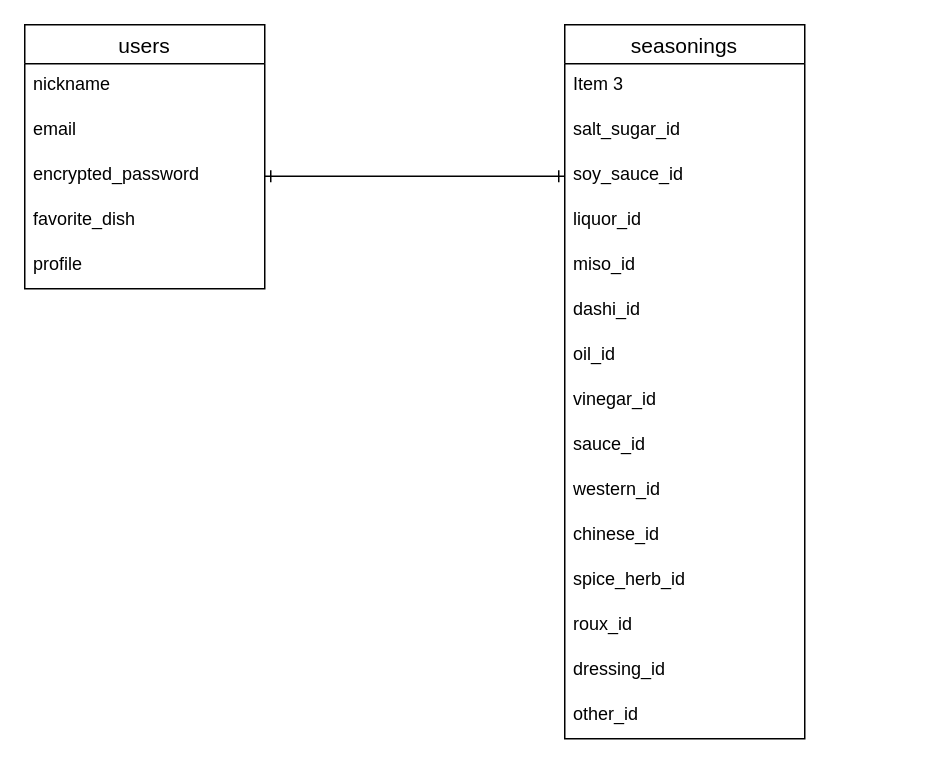
Above: ER_diagram.dio in bokko-chan/uchino_aji (draw.io), before the change. Source tidied: cells renumbered, new cells numbered last; positions are measured from the earlier drawing's top-left corner, leaving out a move shared by most shapes. Both pictures are drawn from the tidied source at 150%, with x=0, y=0 at pixel (24, 24).
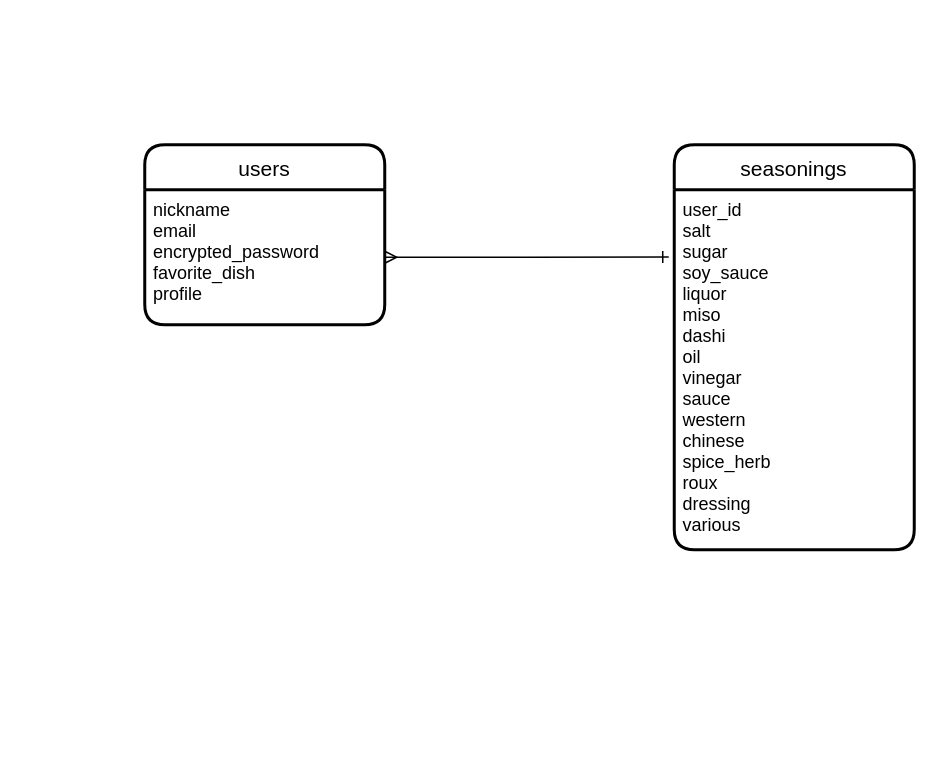
After the change.

Diff of the diagram source:
```diff
@@
-    <mxCell id="2" value="users" style="swimlane;fontStyle=0;horizontal=1;startSize=26;align=center;fontSize=14;" parent="1" vertex="1">
-      <mxGeometry width="160" height="176" as="geometry" />
+    <mxCell id="2" value="users" style="swimlane;horizontal=1;startSize=30;rounded=1;fontSize=14;fontStyle=0;strokeWidth=2;shadow=0;dashed=0;align=center;" parent="1" vertex="1">
+      <mxGeometry x="80" y="80" width="160" height="120" as="geometry" />
     </mxCell>
-    <mxCell id="3" value="nickname" style="text;strokeColor=none;fillColor=none;spacingLeft=4;spacingRight=4;overflow=hidden;fontSize=12;" parent="2" vertex="1">
-      <mxGeometry y="26" width="160" height="30" as="geometry" />
-    </mxCell>
-    <mxCell id="4" value="email" style="text;strokeColor=none;fillColor=none;spacingLeft=4;spacingRight=4;overflow=hidden;fontSize=12;" parent="2" vertex="1">
-      <mxGeometry y="56" width="160" height="30" as="geometry" />
-    </mxCell>
-    <mxCell id="5" value="encrypted_password" style="text;strokeColor=none;fillColor=none;spacingLeft=4;spacingRight=4;overflow=hidden;points=[[0,0.5],[1,0.5]];portConstraint=eastwest;fontSize=12;" parent="2" vertex="1">
-      <mxGeometry y="86" width="160" height="30" as="geometry" />
-    </mxCell>
-    <mxCell id="6" value="favorite_dish" style="text;strokeColor=none;fillColor=none;spacingLeft=4;spacingRight=4;overflow=hidden;fontSize=12;" parent="2" vertex="1">
-      <mxGeometry y="116" width="160" height="30" as="geometry" />
-    </mxCell>
-    <mxCell id="7" value="profile" style="text;strokeColor=none;fillColor=none;spacingLeft=4;spacingRight=4;overflow=hidden;fontSize=12;" parent="2" vertex="1">
-      <mxGeometry y="146" width="160" height="30" as="geometry" />
-    </mxCell>
+    <mxCell id="25" value="nickname&#10;email&#10;encrypted_password&#10;favorite_dish&#10;profile" style="align=left;strokeColor=none;fillColor=none;spacingLeft=4;fontSize=12;verticalAlign=top;" parent="2" vertex="1">
+      <mxGeometry y="30" width="160" height="90" as="geometry" />
+    </mxCell>
-    <mxCell id="8" value="seasonings" style="swimlane;fontStyle=0;horizontal=1;startSize=26;align=center;fontSize=14;" parent="1" vertex="1">
-      <mxGeometry x="360" width="160" height="476" as="geometry" />
+    <mxCell id="8" value="seasonings" style="swimlane;horizontal=1;startSize=30;rounded=1;fontSize=14;fontStyle=0;strokeWidth=2;shadow=0;dashed=0;align=center;" parent="1" vertex="1">
+      <mxGeometry x="433" y="80" width="160" height="270" as="geometry" />
     </mxCell>
-    <mxCell id="9" value="Item 3" style="text;strokeColor=none;fillColor=none;spacingLeft=4;spacingRight=4;overflow=hidden;fontSize=12;" parent="8" vertex="1">
-      <mxGeometry y="26" width="160" height="30" as="geometry" />
-    </mxCell>
-    <mxCell id="10" value="salt_sugar_id" style="text;strokeColor=none;fillColor=none;spacingLeft=4;spacingRight=4;overflow=hidden;fontSize=12;" parent="8" vertex="1">
-      <mxGeometry y="56" width="160" height="30" as="geometry" />
-    </mxCell>
-    <mxCell id="11" value="soy_sauce_id" style="text;strokeColor=none;fillColor=none;spacingLeft=4;spacingRight=4;overflow=hidden;points=[[0,0.5],[1,0.5]];portConstraint=eastwest;fontSize=12;" parent="8" vertex="1">
-      <mxGeometry y="86" width="160" height="30" as="geometry" />
-    </mxCell>
-    <mxCell id="12" value="liquor_id" style="text;strokeColor=none;fillColor=none;spacingLeft=4;spacingRight=4;overflow=hidden;fontSize=12;" parent="8" vertex="1">
-      <mxGeometry y="116" width="160" height="30" as="geometry" />
-    </mxCell>
-    <mxCell id="13" value="miso_id" style="text;strokeColor=none;fillColor=none;spacingLeft=4;spacingRight=4;overflow=hidden;fontSize=12;" parent="8" vertex="1">
-      <mxGeometry y="146" width="160" height="30" as="geometry" />
-    </mxCell>
-    <mxCell id="14" value="dashi_id" style="text;strokeColor=none;fillColor=none;spacingLeft=4;spacingRight=4;overflow=hidden;fontSize=12;" parent="8" vertex="1">
-      <mxGeometry y="176" width="160" height="30" as="geometry" />
-    </mxCell>
-    <mxCell id="15" value="oil_id" style="text;strokeColor=none;fillColor=none;spacingLeft=4;spacingRight=4;overflow=hidden;fontSize=12;" parent="8" vertex="1">
-      <mxGeometry y="206" width="160" height="30" as="geometry" />
-    </mxCell>
-    <mxCell id="16" value="vinegar_id" style="text;strokeColor=none;fillColor=none;spacingLeft=4;spacingRight=4;overflow=hidden;fontSize=12;" parent="8" vertex="1">
-      <mxGeometry y="236" width="160" height="30" as="geometry" />
-    </mxCell>
-    <mxCell id="17" value="sauce_id" style="text;strokeColor=none;fillColor=none;spacingLeft=4;spacingRight=4;overflow=hidden;fontSize=12;" parent="8" vertex="1">
-      <mxGeometry y="266" width="160" height="30" as="geometry" />
-    </mxCell>
-    <mxCell id="18" value="western_id" style="text;strokeColor=none;fillColor=none;spacingLeft=4;spacingRight=4;overflow=hidden;fontSize=12;" parent="8" vertex="1">
-      <mxGeometry y="296" width="160" height="30" as="geometry" />
-    </mxCell>
-    <mxCell id="19" value="chinese_id" style="text;strokeColor=none;fillColor=none;spacingLeft=4;spacingRight=4;overflow=hidden;fontSize=12;" parent="8" vertex="1">
-      <mxGeometry y="326" width="160" height="30" as="geometry" />
-    </mxCell>
-    <mxCell id="20" value="spice_herb_id" style="text;strokeColor=none;fillColor=none;spacingLeft=4;spacingRight=4;overflow=hidden;fontSize=12;" parent="8" vertex="1">
-      <mxGeometry y="356" width="160" height="30" as="geometry" />
-    </mxCell>
-    <mxCell id="21" value="roux_id" style="text;strokeColor=none;fillColor=none;spacingLeft=4;spacingRight=4;overflow=hidden;fontSize=12;" parent="8" vertex="1">
-      <mxGeometry y="386" width="160" height="30" as="geometry" />
-    </mxCell>
-    <mxCell id="22" value="dressing_id" style="text;strokeColor=none;fillColor=none;spacingLeft=4;spacingRight=4;overflow=hidden;fontSize=12;" parent="8" vertex="1">
-      <mxGeometry y="416" width="160" height="30" as="geometry" />
-    </mxCell>
-    <mxCell id="23" value="other_id" style="text;strokeColor=none;fillColor=none;spacingLeft=4;spacingRight=4;overflow=hidden;fontSize=12;" parent="8" vertex="1">
-      <mxGeometry y="446" width="160" height="30" as="geometry" />
-    </mxCell>
-    <mxCell id="24" style="edgeStyle=orthogonalEdgeStyle;rounded=0;jettySize=auto;html=1;exitX=1;exitY=0.5;exitDx=0;exitDy=0;startArrow=ERone;startFill=0;endArrow=ERone;endFill=0;" parent="1" edge="1" source="5" target="11">
-      <mxGeometry relative="1" as="geometry" />
-    </mxCell>
+    <mxCell id="26" value="user_id&#10;salt&#10;sugar&#10;soy_sauce&#10;liquor&#10;miso&#10;dashi&#10;oil&#10;vinegar&#10;sauce&#10;western&#10;chinese&#10;spice_herb&#10;roux&#10;dressing&#10;various" style="align=left;strokeColor=none;fillColor=none;spacingLeft=4;fontSize=12;verticalAlign=top;" parent="8" vertex="1">
+      <mxGeometry y="30" width="160" height="240" as="geometry" />
+    </mxCell>
+    <mxCell id="27" style="edgeStyle=orthogonalEdgeStyle;rounded=0;jettySize=auto;html=1;exitX=1;exitY=0.5;exitDx=0;exitDy=0;startArrow=ERmany;startFill=0;endArrow=ERone;endFill=0;entryX=-0.023;entryY=0.187;entryDx=0;entryDy=0;entryPerimeter=0;" parent="1" edge="1" source="25" target="26">
+      <mxGeometry relative="1" as="geometry" />
+    </mxCell>
```
